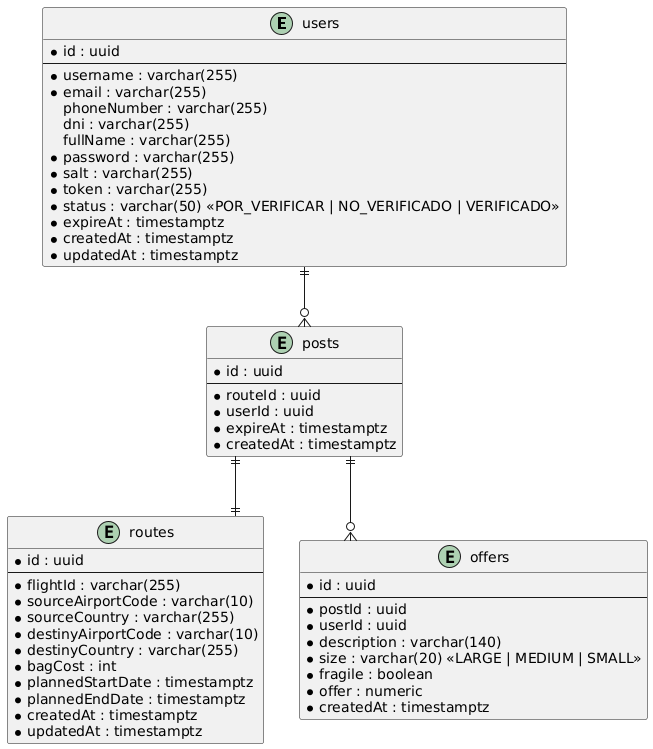
Earlier version of the PlantUML export docs/diagrams/entities.png (EstebanCardenas/MISW4301---Cloud-Native).
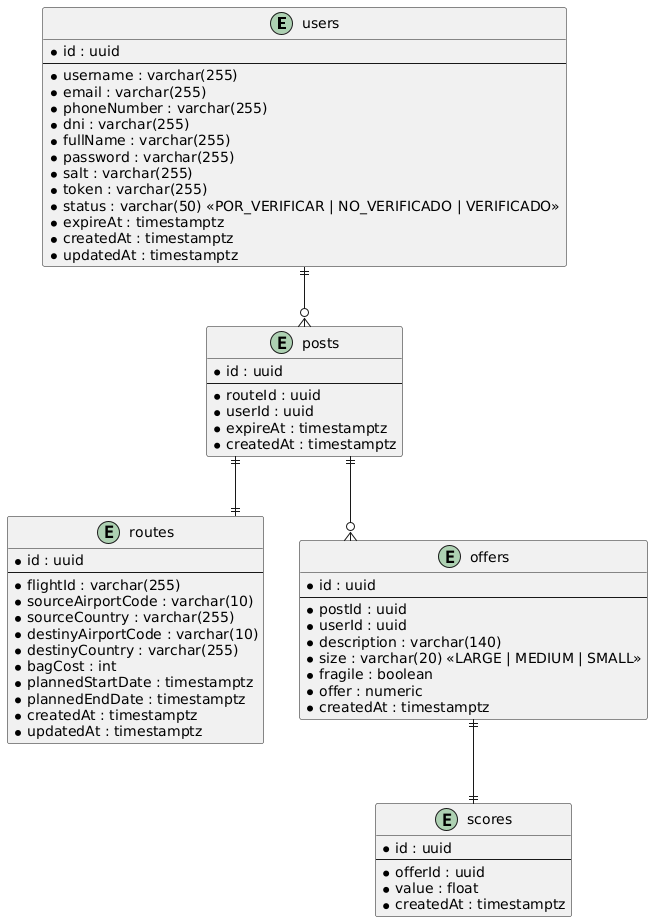
The same diagram one commit later.

What changed in the source:
```diff
@@ -8,9 +8,9 @@
     --
     * username : varchar(255)
     * email : varchar(255)
-    phoneNumber : varchar(255)
-    dni : varchar(255)
-    fullName : varchar(255)
+    * phoneNumber : varchar(255)
+    * dni : varchar(255)
+    * fullName : varchar(255)
     * password : varchar(255)
     * salt : varchar(255)
     * token : varchar(255)
@@ -56,8 +56,17 @@
     * createdAt : timestamptz
 }
 
+entity "scores" as scores {
+    * id : uuid
+    --
+    * offerId : uuid
+    * value : float
+    * createdAt : timestamptz
+}
+
 users ||--o{ posts
 posts ||--|| routes
 posts ||--o{ offers
+offers ||--|| scores
 
 @enduml
```
